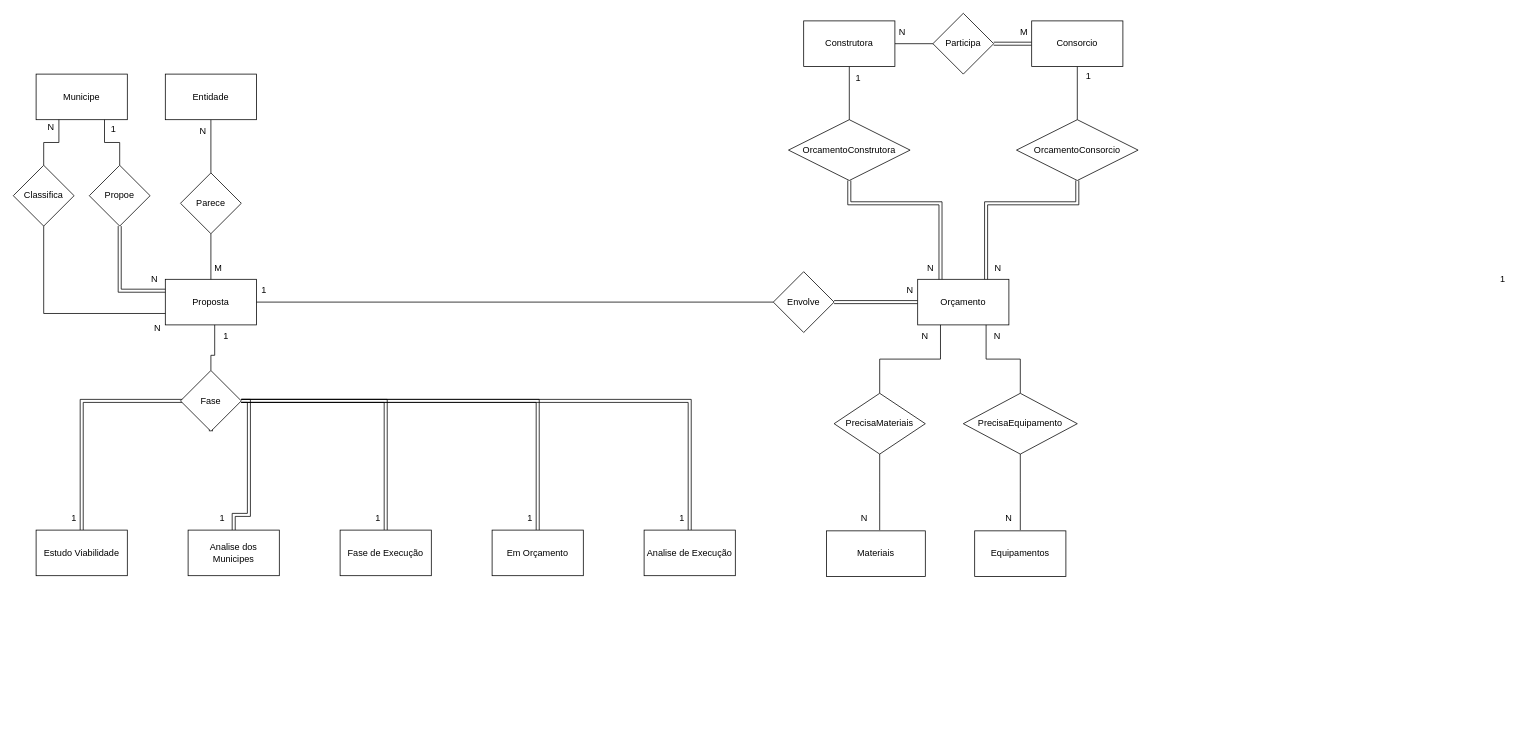
This is TrabalhoFinal.drawio from Nuno-Goncalves1/Sql-ER, a draw.io file, before an edit. Source tidied: cells renumbered, new cells numbered last; positions are measured from the earlier drawing's top-left corner, leaving out a move shared by most shapes. Both pictures are drawn from the tidied source at 76%, with x=0, y=0 at pixel (13, 13).
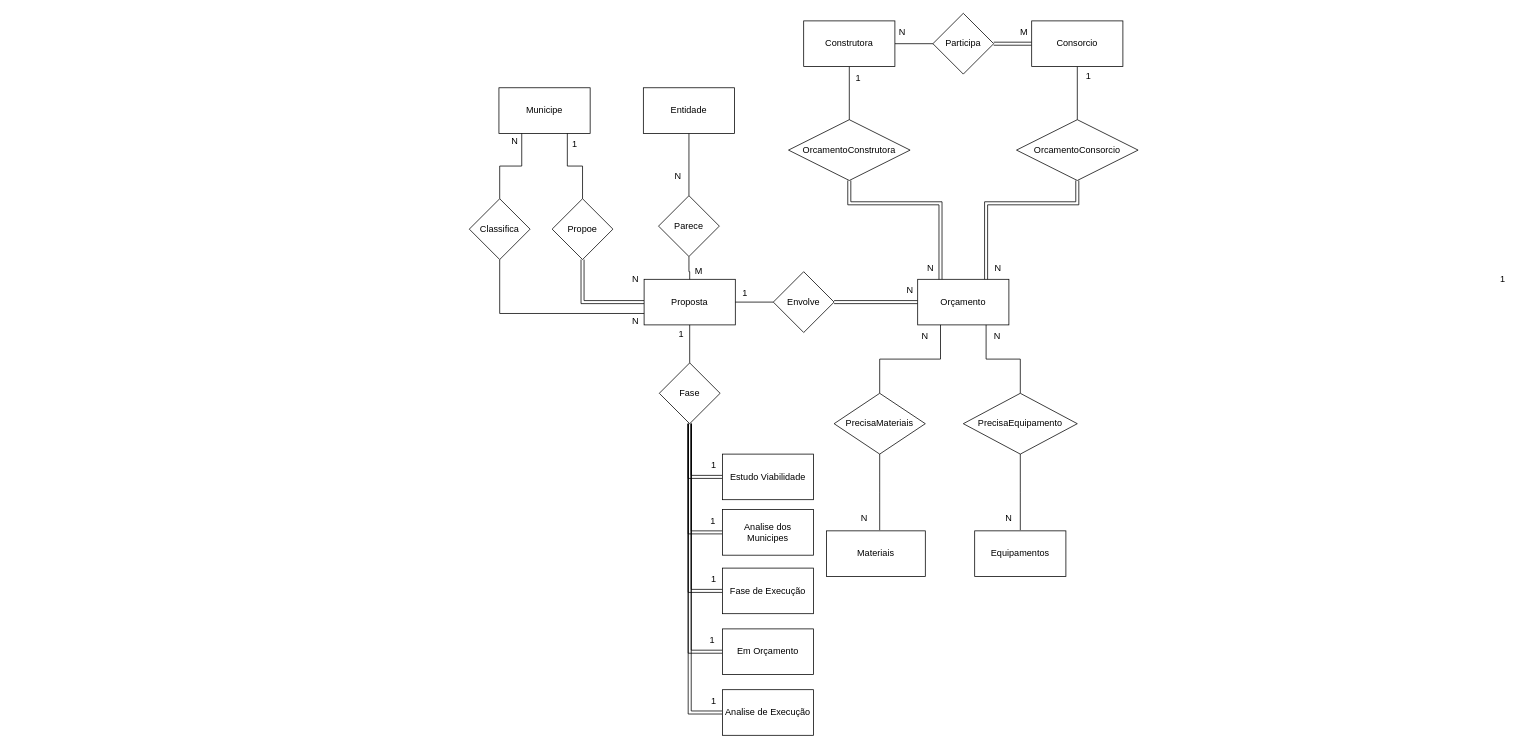
The same page after the edit.

Diff of the diagram source:
```diff
@@
     <mxCell id="2" value="Municipe" style="rounded=0;whiteSpace=wrap;html=1;" parent="1" vertex="1">
-      <mxGeometry x="30" y="80" width="120" height="60" as="geometry" />
+      <mxGeometry x="639" y="98" width="120" height="60" as="geometry" />
     </mxCell>
+    <mxCell id="74" style="edgeStyle=orthogonalEdgeStyle;rounded=0;jettySize=auto;html=1;entryX=0.5;entryY=1;entryDx=0;entryDy=0;shape=link;" parent="1" edge="1" source="3" target="6">
+      <mxGeometry relative="1" as="geometry" />
+    </mxCell>
     <mxCell id="3" value="Proposta" style="rounded=0;whiteSpace=wrap;html=1;" parent="1" vertex="1">
-      <mxGeometry x="200" y="350" width="120" height="60" as="geometry" />
+      <mxGeometry x="830" y="350" width="120" height="60" as="geometry" />
     </mxCell>
-    <mxCell id="4" style="edgeStyle=orthogonalEdgeStyle;rounded=0;jettySize=auto;html=1;entryX=0;entryY=0.25;entryDx=0;entryDy=0;shape=link;" parent="1" edge="1" source="6" target="3">
-      <mxGeometry relative="1" as="geometry">
-        <Array as="points">
-          <mxPoint x="140" y="365" />
-        </Array>
-      </mxGeometry>
-    </mxCell>
@@
     <mxCell id="6" value="Propoe" style="rhombus;whiteSpace=wrap;html=1;" parent="1" vertex="1">
-      <mxGeometry x="100" y="200" width="80" height="80" as="geometry" />
+      <mxGeometry x="709" y="244" width="80" height="80" as="geometry" />
     </mxCell>
     <mxCell id="7" value="N" style="text;html=1;align=center;verticalAlign=middle;whiteSpace=wrap;rounded=0;" parent="1" vertex="1">
-      <mxGeometry x="156" y="335" width="60" height="30" as="geometry" />
+      <mxGeometry x="789" y="335" width="60" height="30" as="geometry" />
     </mxCell>
@@
     <mxCell id="9" value="Parece" style="rhombus;whiteSpace=wrap;html=1;" parent="1" vertex="1">
-      <mxGeometry x="220" y="210" width="80" height="80" as="geometry" />
+      <mxGeometry x="849" y="240" width="80" height="80" as="geometry" />
     </mxCell>
@@
     <mxCell id="11" value="Entidade" style="rounded=0;whiteSpace=wrap;html=1;" parent="1" vertex="1">
-      <mxGeometry x="200" y="80" width="120" height="60" as="geometry" />
+      <mxGeometry x="829" y="98" width="120" height="60" as="geometry" />
     </mxCell>
     <mxCell id="12" value="N" style="text;html=1;align=center;verticalAlign=middle;whiteSpace=wrap;rounded=0;" parent="1" vertex="1">
-      <mxGeometry x="220" y="140" width="60" height="30" as="geometry" />
+      <mxGeometry x="845" y="200" width="60" height="30" as="geometry" />
     </mxCell>
     <mxCell id="13" value="M" style="text;html=1;align=center;verticalAlign=middle;whiteSpace=wrap;rounded=0;" parent="1" vertex="1">
-      <mxGeometry x="240" y="320" width="60" height="30" as="geometry" />
+      <mxGeometry x="872" y="324" width="60" height="30" as="geometry" />
     </mxCell>
@@
     <mxCell id="20" value="1" style="text;html=1;align=center;verticalAlign=middle;whiteSpace=wrap;rounded=0;" parent="1" vertex="1">
-      <mxGeometry x="300" y="350" width="60" height="30" as="geometry" />
+      <mxGeometry x="933" y="353" width="60" height="30" as="geometry" />
     </mxCell>
@@
+    <mxCell id="75" style="edgeStyle=orthogonalEdgeStyle;rounded=0;jettySize=auto;html=1;entryX=0.5;entryY=1;entryDx=0;entryDy=0;endArrow=none;startFill=0;" parent="1" edge="1" source="35" target="3">
+      <mxGeometry relative="1" as="geometry" />
+    </mxCell>
-    <mxCell id="33" style="edgeStyle=orthogonalEdgeStyle;rounded=0;jettySize=auto;html=1;exitX=0.5;exitY=1;exitDx=0;exitDy=0;entryX=0.5;entryY=0;entryDx=0;entryDy=0;endArrow=none;startFill=0;shape=link;" parent="1" edge="1" source="35" target="36">
+    <mxCell id="33" style="edgeStyle=orthogonalEdgeStyle;rounded=0;jettySize=auto;html=1;entryX=0;entryY=0.5;entryDx=0;entryDy=0;shape=link;" parent="1" edge="1" source="35" target="36">
       <mxGeometry relative="1" as="geometry">
         <Array as="points">
-          <mxPoint x="260" y="510" />
-          <mxPoint x="90" y="510" />
+          <mxPoint x="890" y="610" />
         </Array>
       </mxGeometry>
     </mxCell>
-    <mxCell id="34" style="edgeStyle=orthogonalEdgeStyle;rounded=0;jettySize=auto;html=1;entryX=0.25;entryY=0;entryDx=0;entryDy=0;endArrow=none;startFill=0;" parent="1" edge="1" source="35" target="50">
-      <mxGeometry relative="1" as="geometry">
-        <Array as="points">
-          <mxPoint x="260" y="450" />
-          <mxPoint x="265" y="450" />
-        </Array>
-      </mxGeometry>
-    </mxCell>
+    <mxCell id="76" style="edgeStyle=orthogonalEdgeStyle;rounded=0;jettySize=auto;html=1;entryX=0;entryY=0.5;entryDx=0;entryDy=0;shape=link;" parent="1" edge="1" source="35" target="38">
+      <mxGeometry relative="1" as="geometry">
+        <Array as="points">
+          <mxPoint x="890" y="683" />
+        </Array>
+      </mxGeometry>
+    </mxCell>
+    <mxCell id="77" style="edgeStyle=orthogonalEdgeStyle;rounded=0;jettySize=auto;html=1;entryX=0;entryY=0.5;entryDx=0;entryDy=0;shape=link;" parent="1" edge="1" source="35" target="40">
+      <mxGeometry relative="1" as="geometry">
+        <Array as="points">
+          <mxPoint x="890" y="760" />
+        </Array>
+      </mxGeometry>
+    </mxCell>
+    <mxCell id="78" style="edgeStyle=orthogonalEdgeStyle;rounded=0;jettySize=auto;html=1;entryX=0;entryY=0.5;entryDx=0;entryDy=0;shape=link;" parent="1" edge="1" source="35" target="42">
+      <mxGeometry relative="1" as="geometry">
+        <Array as="points">
+          <mxPoint x="890" y="840" />
+        </Array>
+      </mxGeometry>
+    </mxCell>
+    <mxCell id="79" style="edgeStyle=orthogonalEdgeStyle;rounded=0;jettySize=auto;html=1;entryX=0;entryY=0.5;entryDx=0;entryDy=0;shape=link;" parent="1" edge="1" source="35" target="44">
+      <mxGeometry relative="1" as="geometry">
+        <Array as="points">
+          <mxPoint x="890" y="920" />
+        </Array>
+      </mxGeometry>
+    </mxCell>
     <mxCell id="35" value="Fase" style="rhombus;whiteSpace=wrap;html=1;" parent="1" vertex="1">
-      <mxGeometry x="220" y="470" width="80" height="80" as="geometry" />
+      <mxGeometry x="850" y="460" width="80" height="80" as="geometry" />
     </mxCell>
     <mxCell id="36" value="Estudo Viabilidade" style="whiteSpace=wrap;html=1;" parent="1" vertex="1">
-      <mxGeometry x="30" y="680" width="120" height="60" as="geometry" />
+      <mxGeometry x="933" y="580" width="120" height="60" as="geometry" />
     </mxCell>
-    <mxCell id="37" style="edgeStyle=orthogonalEdgeStyle;rounded=0;jettySize=auto;html=1;entryX=1;entryY=0.5;entryDx=0;entryDy=0;endArrow=none;startFill=0;shape=link;" parent="1" edge="1" source="38" target="35">
-      <mxGeometry relative="1" as="geometry">
-        <Array as="points">
-          <mxPoint x="290" y="660" />
-          <mxPoint x="310" y="660" />
-          <mxPoint x="310" y="510" />
-        </Array>
-      </mxGeometry>
-    </mxCell>
     <mxCell id="38" value="Analise dos Municipes" style="whiteSpace=wrap;html=1;" parent="1" vertex="1">
-      <mxGeometry x="230" y="680" width="120" height="60" as="geometry" />
+      <mxGeometry x="933" y="653" width="120" height="60" as="geometry" />
     </mxCell>
-    <mxCell id="39" style="edgeStyle=orthogonalEdgeStyle;rounded=0;jettySize=auto;html=1;entryX=1;entryY=0.5;entryDx=0;entryDy=0;endArrow=none;startFill=0;strokeColor=default;shape=link;" parent="1" edge="1" source="40" target="35">
-      <mxGeometry relative="1" as="geometry">
-        <Array as="points">
-          <mxPoint x="490" y="510" />
-        </Array>
-      </mxGeometry>
-    </mxCell>
     <mxCell id="40" value="Fase de Execução" style="whiteSpace=wrap;html=1;" parent="1" vertex="1">
-      <mxGeometry x="430" y="680" width="120" height="60" as="geometry" />
+      <mxGeometry x="933" y="730" width="120" height="60" as="geometry" />
     </mxCell>
-    <mxCell id="41" style="edgeStyle=orthogonalEdgeStyle;rounded=0;jettySize=auto;html=1;entryX=1;entryY=0.5;entryDx=0;entryDy=0;endArrow=none;startFill=0;shape=link;" parent="1" edge="1" source="42" target="35">
-      <mxGeometry relative="1" as="geometry">
-        <Array as="points">
-          <mxPoint x="690" y="510" />
-        </Array>
-      </mxGeometry>
-    </mxCell>
     <mxCell id="42" value="Em Orçamento" style="whiteSpace=wrap;html=1;" parent="1" vertex="1">
-      <mxGeometry x="630" y="680" width="120" height="60" as="geometry" />
+      <mxGeometry x="933" y="810" width="120" height="60" as="geometry" />
     </mxCell>
-    <mxCell id="43" style="edgeStyle=orthogonalEdgeStyle;rounded=0;jettySize=auto;html=1;entryX=1;entryY=0.5;entryDx=0;entryDy=0;endArrow=none;startFill=0;shape=link;" parent="1" edge="1" source="44" target="35">
-      <mxGeometry relative="1" as="geometry">
-        <Array as="points">
-          <mxPoint x="890" y="510" />
-        </Array>
-      </mxGeometry>
-    </mxCell>
     <mxCell id="44" value="Analise de Execução" style="whiteSpace=wrap;html=1;" parent="1" vertex="1">
-      <mxGeometry x="830" y="680" width="120" height="60" as="geometry" />
+      <mxGeometry x="933" y="890" width="120" height="60" as="geometry" />
     </mxCell>
     <mxCell id="45" value="1" style="text;html=1;align=center;verticalAlign=middle;whiteSpace=wrap;rounded=0;" parent="1" vertex="1">
-      <mxGeometry x="50" y="650" width="60" height="30" as="geometry" />
+      <mxGeometry x="892" y="890" width="60" height="30" as="geometry" />
     </mxCell>
     <mxCell id="46" value="1" style="text;html=1;align=center;verticalAlign=middle;whiteSpace=wrap;rounded=0;" parent="1" vertex="1">
-      <mxGeometry x="245" y="650" width="60" height="30" as="geometry" />
+      <mxGeometry x="890" y="810" width="60" height="30" as="geometry" />
     </mxCell>
     <mxCell id="47" value="1" style="text;html=1;align=center;verticalAlign=middle;whiteSpace=wrap;rounded=0;" parent="1" vertex="1">
-      <mxGeometry x="450" y="650" width="60" height="30" as="geometry" />
+      <mxGeometry x="892" y="730" width="60" height="30" as="geometry" />
     </mxCell>
     <mxCell id="48" value="1" style="text;html=1;align=center;verticalAlign=middle;whiteSpace=wrap;rounded=0;" parent="1" vertex="1">
-      <mxGeometry x="650" y="650" width="60" height="30" as="geometry" />
+      <mxGeometry x="891" y="653" width="60" height="30" as="geometry" />
     </mxCell>
     <mxCell id="49" value="1" style="text;html=1;align=center;verticalAlign=middle;whiteSpace=wrap;rounded=0;" parent="1" vertex="1">
-      <mxGeometry x="850" y="650" width="60" height="30" as="geometry" />
+      <mxGeometry x="892" y="580" width="60" height="30" as="geometry" />
     </mxCell>
     <mxCell id="50" value="1" style="text;html=1;align=center;verticalAlign=middle;whiteSpace=wrap;rounded=0;" parent="1" vertex="1">
-      <mxGeometry x="250" y="410" width="60" height="30" as="geometry" />
+      <mxGeometry x="849" y="407" width="60" height="30" as="geometry" />
     </mxCell>
@@
     <mxCell id="58" style="edgeStyle=orthogonalEdgeStyle;rounded=0;jettySize=auto;html=1;entryX=0;entryY=0.75;entryDx=0;entryDy=0;endArrow=none;startFill=0;" parent="1" edge="1" source="59" target="3">
       <mxGeometry relative="1" as="geometry">
         <Array as="points">
-          <mxPoint x="40" y="395" />
+          <mxPoint x="640" y="395" />
         </Array>
       </mxGeometry>
     </mxCell>
     <mxCell id="59" value="Classifica" style="rhombus;whiteSpace=wrap;html=1;" parent="1" vertex="1">
-      <mxGeometry y="200" width="80" height="80" as="geometry" />
+      <mxGeometry x="600" y="244" width="80" height="80" as="geometry" />
     </mxCell>
     <mxCell id="60" value="N" style="text;html=1;align=center;verticalAlign=middle;whiteSpace=wrap;rounded=0;" parent="1" vertex="1">
-      <mxGeometry x="20" y="135" width="60" height="30" as="geometry" />
+      <mxGeometry x="630" y="153" width="60" height="30" as="geometry" />
     </mxCell>
     <mxCell id="61" value="N" style="text;html=1;align=center;verticalAlign=middle;whiteSpace=wrap;rounded=0;" parent="1" vertex="1">
-      <mxGeometry x="160" y="400" width="60" height="30" as="geometry" />
+      <mxGeometry x="789" y="390" width="60" height="30" as="geometry" />
     </mxCell>
     <mxCell id="62" value="1" style="text;html=1;align=center;verticalAlign=middle;whiteSpace=wrap;rounded=0;" parent="1" vertex="1">
-      <mxGeometry x="102" y="138" width="60" height="30" as="geometry" />
+      <mxGeometry x="709" y="158" width="60" height="30" as="geometry" />
     </mxCell>
```
